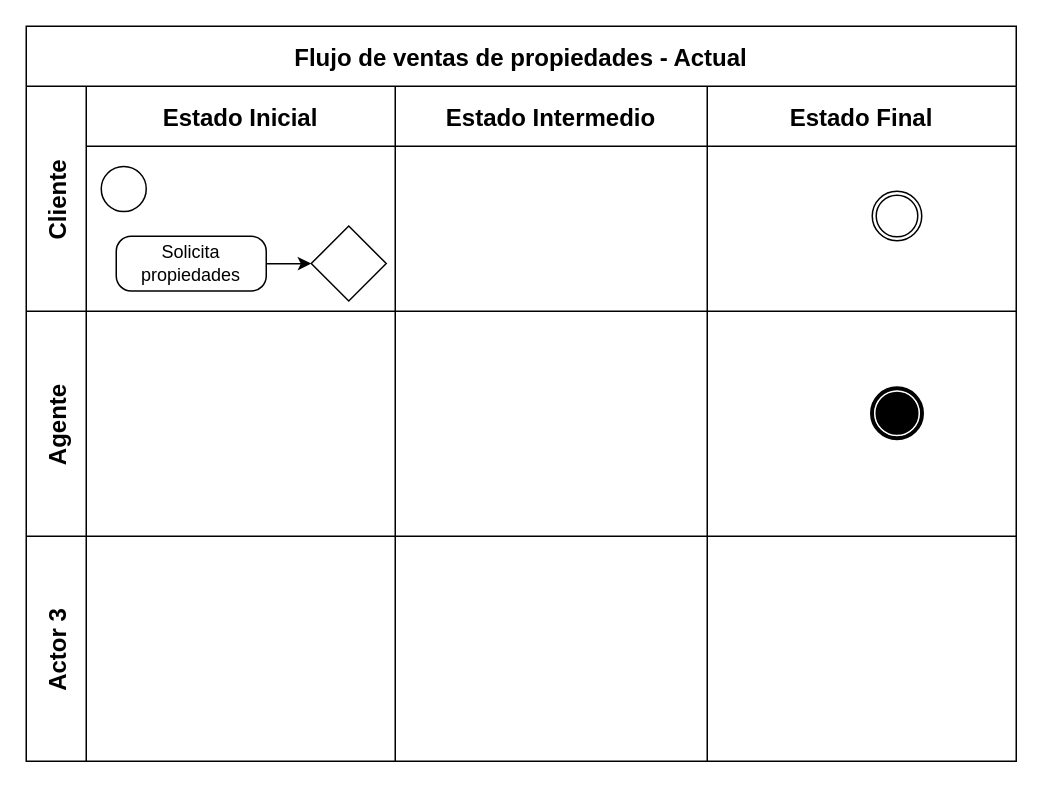
Earlier version of the draw.io diagram 1. Planear/Urbanos.drawio (SamuelMarinTobon/Urbani). Source tidied: cells renumbered, new cells numbered last; positions are measured from the earlier drawing's top-left corner, leaving out a move shared by most shapes. Both pictures are drawn from the tidied source at 150%, with x=0, y=0 at pixel (26, 26).
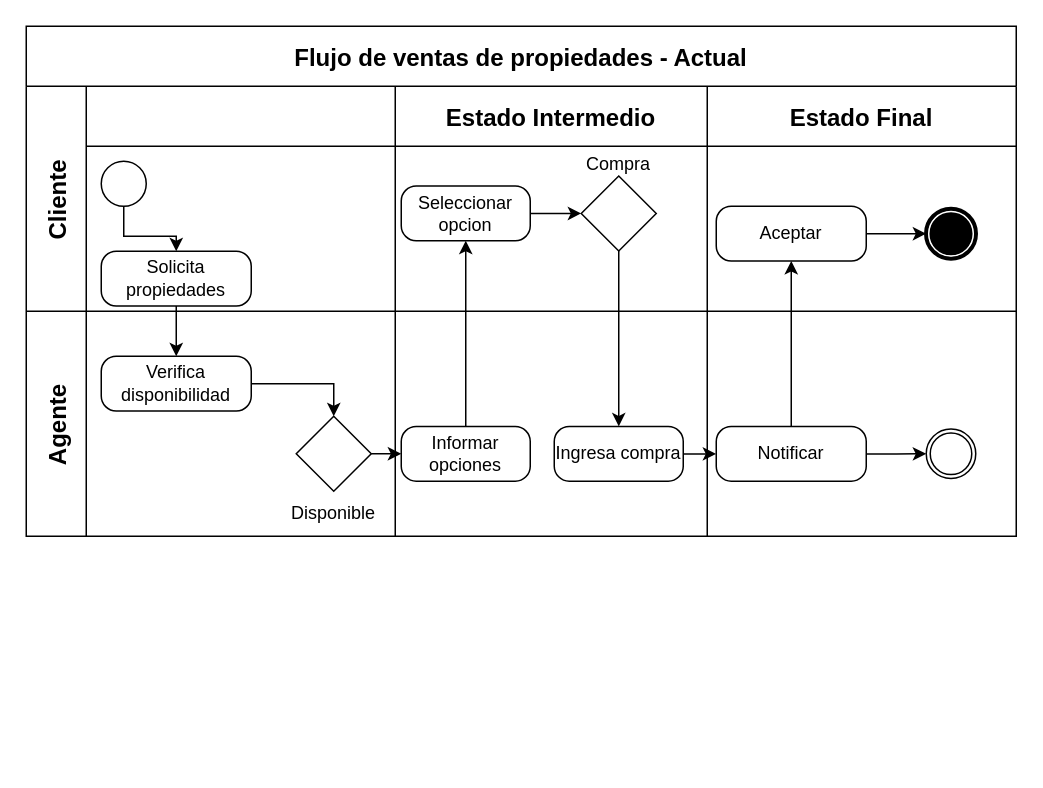
The same page after the edit.

Unchanged cells that the change refers to:
```xml
<mxCell id="3" value="Cliente" style="shape=tableRow;horizontal=0;swimlaneHead=0;swimlaneBody=0;top=0;left=0;strokeColor=inherit;bottom=0;right=0;fontStyle=1;fillColor=none;startSize=40;fontSize=16;" parent="2" vertex="1">
  <mxGeometry y="40" width="660" height="150" as="geometry" />
</mxCell>
<mxCell id="9" value="Estado Intermedio" style="swimlane;swimlaneHead=0;swimlaneBody=0;fontStyle=1;strokeColor=inherit;fillColor=none;startSize=40;fontSize=16;" parent="3" vertex="1">
  <mxGeometry x="246" width="208" height="150" as="geometry" />
</mxCell>
<mxCell id="10" value="Estado Final" style="swimlane;swimlaneHead=0;swimlaneBody=0;fontStyle=1;strokeColor=inherit;fillColor=none;startSize=40;fontSize=16;" parent="3" vertex="1">
  <mxGeometry x="454" width="206" height="150" as="geometry" />
</mxCell>
<mxCell id="12" value="Agente" style="shape=tableRow;horizontal=0;swimlaneHead=0;swimlaneBody=0;top=0;left=0;strokeColor=inherit;bottom=0;right=0;fontStyle=1;fillColor=none;startSize=40;fontSize=16;" parent="2" vertex="1">
  <mxGeometry y="190" width="660" height="150" as="geometry" />
</mxCell>
<mxCell id="13" style="swimlane;swimlaneHead=0;swimlaneBody=0;fontStyle=1;strokeColor=inherit;fillColor=none;startSize=0;fontSize=16;" parent="12" vertex="1">
  <mxGeometry x="40" width="206" height="150" as="geometry" />
</mxCell>
<mxCell id="14" style="swimlane;swimlaneHead=0;swimlaneBody=0;fontStyle=1;strokeColor=inherit;fillColor=none;startSize=0;fontSize=16;" parent="12" vertex="1">
  <mxGeometry x="246" width="208" height="150" as="geometry" />
</mxCell>
<mxCell id="15" style="swimlane;swimlaneHead=0;swimlaneBody=0;fontStyle=1;strokeColor=inherit;fillColor=none;startSize=0;fontSize=16;" parent="12" vertex="1">
  <mxGeometry x="454" width="206" height="150" as="geometry" />
</mxCell>
```

What changed in the source:
```diff
@@
     <mxCell id="2" value="Flujo de ventas de propiedades - Actual" style="shape=table;childLayout=tableLayout;startSize=40;fontSize=16;fontStyle=1;" parent="1" vertex="1">
-      <mxGeometry width="660" height="490" as="geometry" />
+      <mxGeometry width="660" height="340" as="geometry" />
     </mxCell>
@@
-    <mxCell id="4" value="Estado Inicial" style="swimlane;swimlaneHead=0;swimlaneBody=0;fontStyle=1;strokeColor=inherit;fillColor=none;startSize=40;fontSize=16;" parent="3" vertex="1">
+    <mxCell id="4" style="swimlane;swimlaneHead=0;swimlaneBody=0;fontStyle=1;strokeColor=inherit;fillColor=none;startSize=40;fontSize=16;" parent="3" vertex="1">
       <mxGeometry x="40" width="206" height="150" as="geometry" />
     </mxCell>
     <mxCell id="5" style="points=[[0.145,0.145,0],[0.5,0,0],[0.855,0.145,0],[1,0.5,0],[0.855,0.855,0],[0.5,1,0],[0.145,0.855,0],[0,0.5,0]];shape=mxgraph.bpmn.event;html=1;verticalLabelPosition=bottom;labelBackgroundColor=#ffffff;verticalAlign=top;align=center;perimeter=ellipsePerimeter;outlineConnect=0;outline=standard;symbol=general;" parent="4" vertex="1">
-      <mxGeometry x="10" y="53.5" width="30" height="30" as="geometry" />
+      <mxGeometry x="10" y="50" width="30" height="30" as="geometry" />
     </mxCell>
     <mxCell id="6" value="Solicita propiedades" style="points=[[0.25,0,0],[0.5,0,0],[0.75,0,0],[1,0.25,0],[1,0.5,0],[1,0.75,0],[0.75,1,0],[0.5,1,0],[0.25,1,0],[0,0.75,0],[0,0.5,0],[0,0.25,0]];shape=mxgraph.bpmn.task;whiteSpace=wrap;rectStyle=rounded;size=10;html=1;taskMarker=abstract;" parent="4" vertex="1">
-      <mxGeometry x="20" y="100" width="100" height="36.5" as="geometry" />
+      <mxGeometry x="10" y="110" width="100" height="36.5" as="geometry" />
     </mxCell>
-    <mxCell id="7" style="points=[[0.25,0.25,0],[0.5,0,0],[0.75,0.25,0],[1,0.5,0],[0.75,0.75,0],[0.5,1,0],[0.25,0.75,0],[0,0.5,0]];shape=mxgraph.bpmn.gateway2;html=1;verticalLabelPosition=bottom;labelBackgroundColor=#ffffff;verticalAlign=top;align=center;perimeter=rhombusPerimeter;outlineConnect=0;outline=none;symbol=none;" parent="4" vertex="1">
-      <mxGeometry x="150" y="93.2" width="50" height="50" as="geometry" />
-    </mxCell>
-    <mxCell id="8" style="edgeStyle=orthogonalEdgeStyle;rounded=0;jettySize=auto;html=1;entryX=0;entryY=0.5;entryDx=0;entryDy=0;entryPerimeter=0;" parent="4" edge="1" source="6" target="7">
-      <mxGeometry relative="1" as="geometry" />
-    </mxCell>
+    <mxCell id="21" style="edgeStyle=orthogonalEdgeStyle;rounded=0;jettySize=auto;html=1;entryX=0.5;entryY=0;entryDx=0;entryDy=0;entryPerimeter=0;" parent="4" edge="1" source="5" target="6">
+      <mxGeometry relative="1" as="geometry" />
+    </mxCell>
@@
+    <mxCell id="22" value="Seleccionar opcion" style="points=[[0.25,0,0],[0.5,0,0],[0.75,0,0],[1,0.25,0],[1,0.5,0],[1,0.75,0],[0.75,1,0],[0.5,1,0],[0.25,1,0],[0,0.75,0],[0,0.5,0],[0,0.25,0]];shape=mxgraph.bpmn.task;whiteSpace=wrap;rectStyle=rounded;size=10;html=1;taskMarker=abstract;" parent="9" vertex="1">
+      <mxGeometry x="4" y="66.5" width="86" height="36.5" as="geometry" />
+    </mxCell>
+    <mxCell id="23" style="points=[[0.25,0.25,0],[0.5,0,0],[0.75,0.25,0],[1,0.5,0],[0.75,0.75,0],[0.5,1,0],[0.25,0.75,0],[0,0.5,0]];shape=mxgraph.bpmn.gateway2;html=1;verticalLabelPosition=bottom;labelBackgroundColor=#ffffff;verticalAlign=top;align=center;perimeter=rhombusPerimeter;outlineConnect=0;outline=none;symbol=none;" parent="9" vertex="1">
+      <mxGeometry x="124" y="59.8" width="50" height="50" as="geometry" />
+    </mxCell>
+    <mxCell id="24" style="edgeStyle=orthogonalEdgeStyle;rounded=0;jettySize=auto;html=1;entryX=0;entryY=0.5;entryDx=0;entryDy=0;entryPerimeter=0;" parent="9" edge="1" source="22" target="23">
+      <mxGeometry relative="1" as="geometry" />
+    </mxCell>
+    <mxCell id="25" value="Compra" style="text;html=1;align=center;verticalAlign=middle;whiteSpace=wrap;rounded=0;" parent="9" vertex="1">
+      <mxGeometry x="119" y="36.5" width="60" height="30" as="geometry" />
+    </mxCell>
@@
-    <mxCell id="11" style="points=[[0.145,0.145,0],[0.5,0,0],[0.855,0.145,0],[1,0.5,0],[0.855,0.855,0],[0.5,1,0],[0.145,0.855,0],[0,0.5,0]];shape=mxgraph.bpmn.event;html=1;verticalLabelPosition=bottom;labelBackgroundColor=#ffffff;verticalAlign=top;align=center;perimeter=ellipsePerimeter;outlineConnect=0;outline=throwing;symbol=general;" parent="10" vertex="1">
-      <mxGeometry x="110" y="70" width="33" height="33" as="geometry" />
-    </mxCell>
+    <mxCell id="26" value="Aceptar" style="points=[[0.25,0,0],[0.5,0,0],[0.75,0,0],[1,0.25,0],[1,0.5,0],[1,0.75,0],[0.75,1,0],[0.5,1,0],[0.25,1,0],[0,0.75,0],[0,0.5,0],[0,0.25,0]];shape=mxgraph.bpmn.task;whiteSpace=wrap;rectStyle=rounded;size=10;html=1;taskMarker=abstract;" parent="10" vertex="1">
+      <mxGeometry x="6" y="80" width="100" height="36.5" as="geometry" />
+    </mxCell>
+    <mxCell id="16" style="points=[[0.145,0.145,0],[0.5,0,0],[0.855,0.145,0],[1,0.5,0],[0.855,0.855,0],[0.5,1,0],[0.145,0.855,0],[0,0.5,0]];shape=mxgraph.bpmn.event;html=1;verticalLabelPosition=bottom;labelBackgroundColor=#ffffff;verticalAlign=top;align=center;perimeter=ellipsePerimeter;outlineConnect=0;outline=end;symbol=terminate;" parent="10" vertex="1">
+      <mxGeometry x="146" y="81.8" width="33" height="33" as="geometry" />
+    </mxCell>
+    <mxCell id="27" style="edgeStyle=orthogonalEdgeStyle;rounded=0;jettySize=auto;html=1;entryX=0;entryY=0.5;entryDx=0;entryDy=0;entryPerimeter=0;" parent="10" edge="1" source="26" target="16">
+      <mxGeometry relative="1" as="geometry" />
+    </mxCell>
@@
+    <mxCell id="28" style="edgeStyle=orthogonalEdgeStyle;rounded=0;jettySize=auto;html=1;" parent="13" edge="1" source="29" target="7">
+      <mxGeometry relative="1" as="geometry" />
+    </mxCell>
+    <mxCell id="29" value="Verifica disponibilidad" style="points=[[0.25,0,0],[0.5,0,0],[0.75,0,0],[1,0.25,0],[1,0.5,0],[1,0.75,0],[0.75,1,0],[0.5,1,0],[0.25,1,0],[0,0.75,0],[0,0.5,0],[0,0.25,0]];shape=mxgraph.bpmn.task;whiteSpace=wrap;rectStyle=rounded;size=10;html=1;taskMarker=abstract;" parent="13" vertex="1">
+      <mxGeometry x="10" y="30" width="100" height="36.5" as="geometry" />
+    </mxCell>
+    <mxCell id="7" style="points=[[0.25,0.25,0],[0.5,0,0],[0.75,0.25,0],[1,0.5,0],[0.75,0.75,0],[0.5,1,0],[0.25,0.75,0],[0,0.5,0]];shape=mxgraph.bpmn.gateway2;html=1;verticalLabelPosition=bottom;labelBackgroundColor=#ffffff;verticalAlign=top;align=center;perimeter=rhombusPerimeter;outlineConnect=0;outline=none;symbol=none;" parent="13" vertex="1">
+      <mxGeometry x="140" y="70" width="50" height="50" as="geometry" />
+    </mxCell>
+    <mxCell id="30" value="Disponible" style="text;html=1;align=center;verticalAlign=middle;whiteSpace=wrap;rounded=0;" parent="13" vertex="1">
+      <mxGeometry x="135" y="120" width="60" height="30" as="geometry" />
+    </mxCell>
@@
+    <mxCell id="31" value="Informar opciones" style="points=[[0.25,0,0],[0.5,0,0],[0.75,0,0],[1,0.25,0],[1,0.5,0],[1,0.75,0],[0.75,1,0],[0.5,1,0],[0.25,1,0],[0,0.75,0],[0,0.5,0],[0,0.25,0]];shape=mxgraph.bpmn.task;whiteSpace=wrap;rectStyle=rounded;size=10;html=1;taskMarker=abstract;" parent="14" vertex="1">
+      <mxGeometry x="4" y="76.8" width="86" height="36.5" as="geometry" />
+    </mxCell>
+    <mxCell id="32" value="Ingresa compra" style="points=[[0.25,0,0],[0.5,0,0],[0.75,0,0],[1,0.25,0],[1,0.5,0],[1,0.75,0],[0.75,1,0],[0.5,1,0],[0.25,1,0],[0,0.75,0],[0,0.5,0],[0,0.25,0]];shape=mxgraph.bpmn.task;whiteSpace=wrap;rectStyle=rounded;size=10;html=1;taskMarker=abstract;" parent="14" vertex="1">
+      <mxGeometry x="106" y="76.8" width="86" height="36.5" as="geometry" />
+    </mxCell>
@@
-    <mxCell id="16" style="points=[[0.145,0.145,0],[0.5,0,0],[0.855,0.145,0],[1,0.5,0],[0.855,0.855,0],[0.5,1,0],[0.145,0.855,0],[0,0.5,0]];shape=mxgraph.bpmn.event;html=1;verticalLabelPosition=bottom;labelBackgroundColor=#ffffff;verticalAlign=top;align=center;perimeter=ellipsePerimeter;outlineConnect=0;outline=end;symbol=terminate;" parent="15" vertex="1">
-      <mxGeometry x="110" y="51.5" width="33" height="33" as="geometry" />
-    </mxCell>
-    <mxCell id="17" value="Actor 3" style="shape=tableRow;horizontal=0;swimlaneHead=0;swimlaneBody=0;top=0;left=0;strokeColor=inherit;bottom=0;right=0;fontStyle=1;fillColor=none;startSize=40;fontSize=16;" parent="2" vertex="1">
-      <mxGeometry y="340" width="660" height="150" as="geometry" />
-    </mxCell>
-    <mxCell id="18" style="swimlane;swimlaneHead=0;swimlaneBody=0;fontStyle=1;strokeColor=inherit;fillColor=none;startSize=0;fontSize=16;" parent="17" vertex="1">
-      <mxGeometry x="40" width="206" height="150" as="geometry" />
-    </mxCell>
-    <mxCell id="19" style="swimlane;swimlaneHead=0;swimlaneBody=0;fontStyle=1;strokeColor=inherit;fillColor=none;startSize=0;fontSize=16;" parent="17" vertex="1">
-      <mxGeometry x="246" width="208" height="150" as="geometry" />
-    </mxCell>
-    <mxCell id="20" style="swimlane;swimlaneHead=0;swimlaneBody=0;fontStyle=1;strokeColor=inherit;fillColor=none;startSize=0;fontSize=16;" parent="17" vertex="1">
-      <mxGeometry x="454" width="206" height="150" as="geometry" />
-    </mxCell>
+    <mxCell id="33" value="Notificar" style="points=[[0.25,0,0],[0.5,0,0],[0.75,0,0],[1,0.25,0],[1,0.5,0],[1,0.75,0],[0.75,1,0],[0.5,1,0],[0.25,1,0],[0,0.75,0],[0,0.5,0],[0,0.25,0]];shape=mxgraph.bpmn.task;whiteSpace=wrap;rectStyle=rounded;size=10;html=1;taskMarker=abstract;" parent="15" vertex="1">
+      <mxGeometry x="6" y="76.8" width="100" height="36.5" as="geometry" />
+    </mxCell>
+    <mxCell id="11" style="points=[[0.145,0.145,0],[0.5,0,0],[0.855,0.145,0],[1,0.5,0],[0.855,0.855,0],[0.5,1,0],[0.145,0.855,0],[0,0.5,0]];shape=mxgraph.bpmn.event;html=1;verticalLabelPosition=bottom;labelBackgroundColor=#ffffff;verticalAlign=top;align=center;perimeter=ellipsePerimeter;outlineConnect=0;outline=throwing;symbol=general;" parent="15" vertex="1">
+      <mxGeometry x="146" y="78.5" width="33" height="33" as="geometry" />
+    </mxCell>
+    <mxCell id="34" style="edgeStyle=orthogonalEdgeStyle;rounded=0;jettySize=auto;html=1;entryX=0;entryY=0.5;entryDx=0;entryDy=0;entryPerimeter=0;" parent="15" edge="1" source="33" target="11">
+      <mxGeometry relative="1" as="geometry" />
+    </mxCell>
+    <mxCell id="35" style="edgeStyle=orthogonalEdgeStyle;rounded=0;jettySize=auto;html=1;" parent="12" edge="1" source="7" target="31">
+      <mxGeometry relative="1" as="geometry" />
+    </mxCell>
+    <mxCell id="36" style="edgeStyle=orthogonalEdgeStyle;rounded=0;jettySize=auto;html=1;" parent="12" edge="1" source="32" target="33">
+      <mxGeometry relative="1" as="geometry" />
+    </mxCell>
+    <mxCell id="37" style="edgeStyle=orthogonalEdgeStyle;rounded=0;jettySize=auto;html=1;entryX=0.5;entryY=0;entryDx=0;entryDy=0;entryPerimeter=0;" parent="2" edge="1" source="6" target="29">
+      <mxGeometry relative="1" as="geometry" />
+    </mxCell>
+    <mxCell id="38" style="edgeStyle=orthogonalEdgeStyle;rounded=0;jettySize=auto;html=1;" parent="2" edge="1" source="31" target="22">
+      <mxGeometry relative="1" as="geometry" />
+    </mxCell>
+    <mxCell id="39" style="edgeStyle=orthogonalEdgeStyle;rounded=0;jettySize=auto;html=1;entryX=0.5;entryY=0;entryDx=0;entryDy=0;entryPerimeter=0;" parent="2" edge="1" source="23" target="32">
+      <mxGeometry relative="1" as="geometry" />
+    </mxCell>
+    <mxCell id="40" style="edgeStyle=orthogonalEdgeStyle;rounded=0;jettySize=auto;html=1;" parent="2" edge="1" source="33" target="26">
+      <mxGeometry relative="1" as="geometry" />
+    </mxCell>
```
